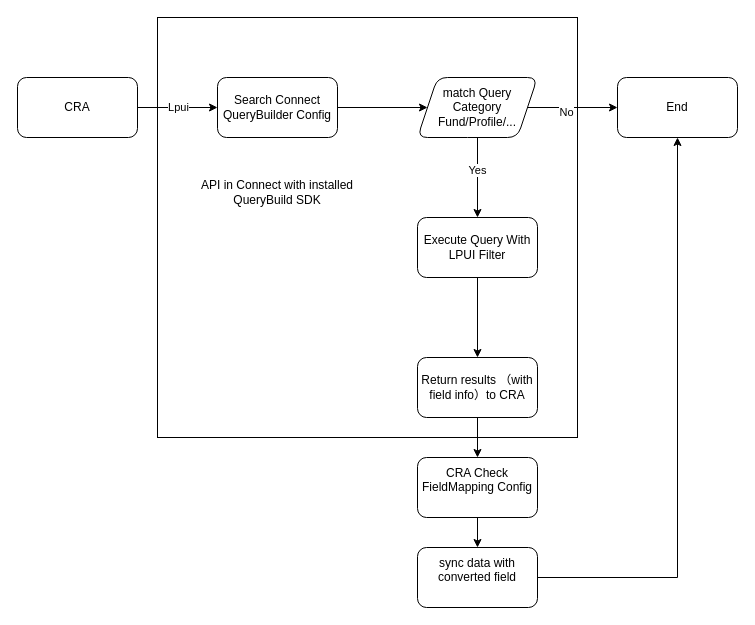
The draw.io diagram 未命名绘图.drawio in millionsmm/Android-Note, before the edit. Source tidied: cells renumbered, new cells numbered last; positions are measured from the earlier drawing's top-left corner, leaving out a move shared by most shapes. Both pictures are drawn from the tidied source at 100%, with x=0, y=0 at pixel (17, 17).
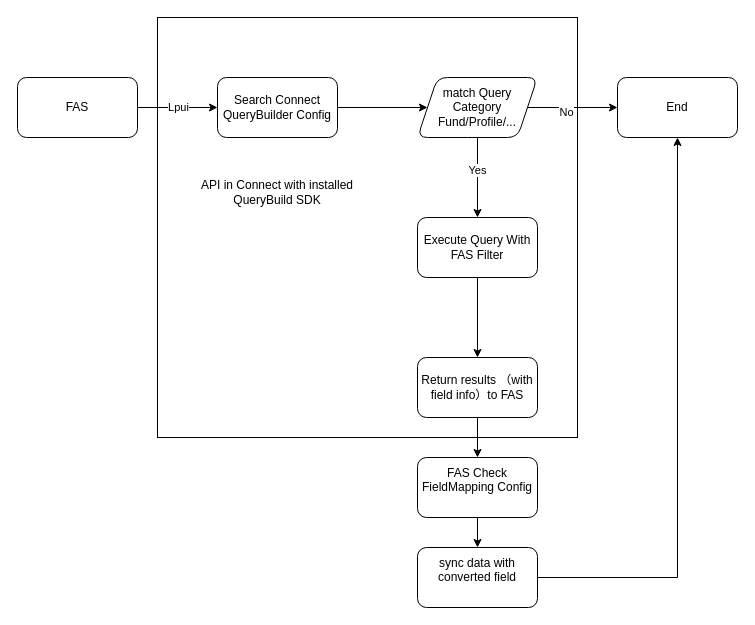
Above is the later version.

Change to the diagram source:
```diff
@@
-    <mxCell id="5" value="CRA" style="rounded=1;whiteSpace=wrap;html=1;" parent="1" vertex="1">
+    <mxCell id="5" value="FAS" style="rounded=1;whiteSpace=wrap;html=1;" parent="1" vertex="1">
       <mxGeometry y="60" width="120" height="60" as="geometry" />
     </mxCell>
@@
-    <mxCell id="14" value="Execute Query With LPUI Filter" style="whiteSpace=wrap;html=1;rounded=1;" parent="1" vertex="1">
+    <mxCell id="14" value="Execute Query With FAS Filter" style="whiteSpace=wrap;html=1;rounded=1;" parent="1" vertex="1">
       <mxGeometry x="400" y="200" width="120" height="60" as="geometry" />
     </mxCell>
@@
-    <mxCell id="17" value="Return results （with field info）to CRA" style="whiteSpace=wrap;html=1;rounded=1;" parent="1" vertex="1">
+    <mxCell id="17" value="Return results （with field info）to FAS" style="whiteSpace=wrap;html=1;rounded=1;" parent="1" vertex="1">
       <mxGeometry x="400" y="340" width="120" height="60" as="geometry" />
     </mxCell>
@@
-    <mxCell id="19" value="CRA Check FieldMapping Config&lt;div&gt;&lt;br&gt;&lt;/div&gt;" style="whiteSpace=wrap;html=1;rounded=1;" parent="1" vertex="1">
+    <mxCell id="19" value="FAS Check FieldMapping Config&lt;div&gt;&lt;br&gt;&lt;/div&gt;" style="whiteSpace=wrap;html=1;rounded=1;" parent="1" vertex="1">
       <mxGeometry x="400" y="440" width="120" height="60" as="geometry" />
     </mxCell>
```
